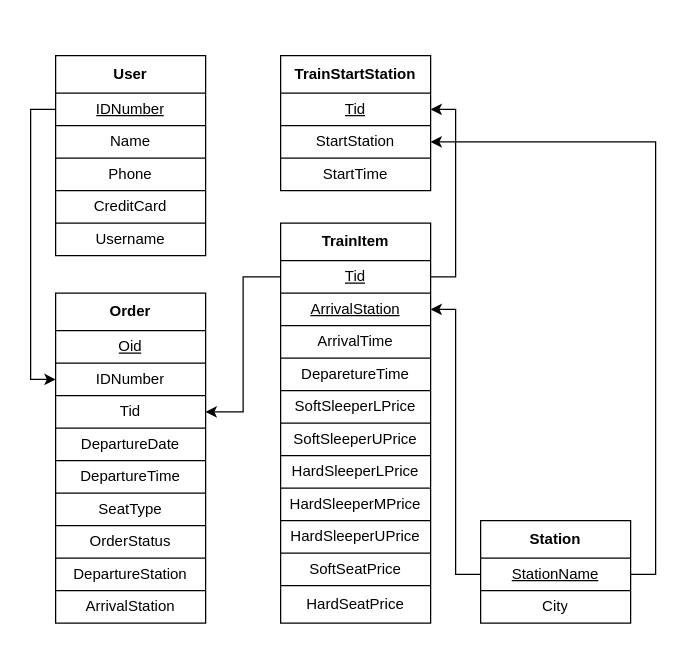
Before: design/readme.assets/schema.drawio in KevinGeejo/Railway-Booking-System, a draw.io diagram. Source tidied: cells renumbered, new cells numbered last; positions are measured from the earlier drawing's top-left corner, leaving out a move shared by most shapes. Both pictures are drawn from the tidied source at 125%, with x=0, y=0 at pixel (55, 55).
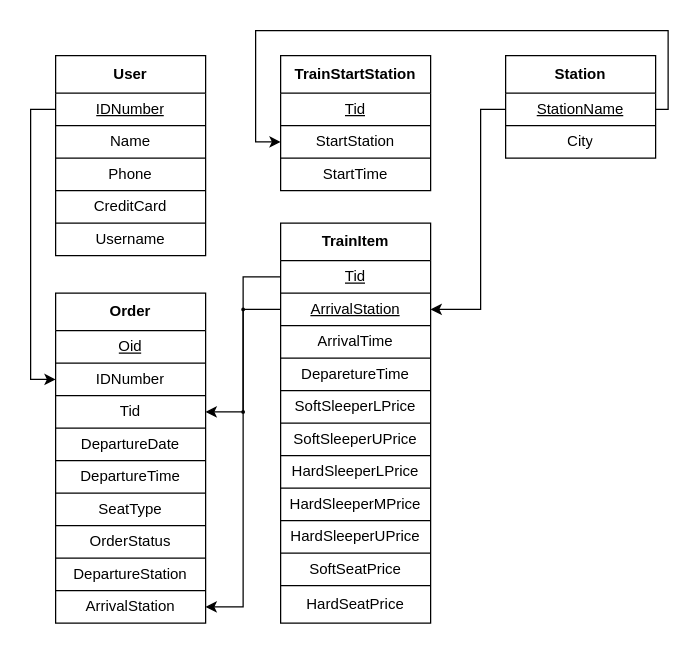
The same diagram, later.

Commit message (it also covers changes not shown here):
Backend: update create_table sequence by @FuWenyi and @chuan-325

The change refers to these unchanged cells:
```xml
<mxCell id="18" style="shape=partialRectangle;html=1;whiteSpace=wrap;fillColor=none;top=0;left=0;bottom=0;right=0;points=[[0,0.5],[1,0.5]];portConstraint=eastwest;" parent="13" vertex="1">
  <mxGeometry y="82" width="120" height="26" as="geometry" />
</mxCell>
<mxCell id="30" style="shape=partialRectangle;html=1;whiteSpace=wrap;fillColor=none;top=0;left=0;bottom=0;right=0;points=[[0,0.5],[1,0.5]];portConstraint=eastwest;" parent="13" vertex="1">
  <mxGeometry y="238" width="120" height="26" as="geometry" />
</mxCell>
<mxCell id="33" style="shape=partialRectangle;html=1;whiteSpace=wrap;fillColor=none;top=0;left=0;bottom=0;right=0;points=[[0,0.5],[1,0.5]];portConstraint=eastwest;" parent="32" vertex="1">
  <mxGeometry y="30" width="120" height="26" as="geometry" />
</mxCell>
<mxCell id="35" style="shape=partialRectangle;html=1;whiteSpace=wrap;fillColor=none;top=0;left=0;bottom=0;right=0;points=[[0,0.5],[1,0.5]];portConstraint=eastwest;" parent="32" vertex="1">
  <mxGeometry y="56" width="120" height="26" as="geometry" />
</mxCell>
<mxCell id="40" style="shape=partialRectangle;html=1;whiteSpace=wrap;fillColor=none;top=0;left=0;bottom=0;right=0;points=[[0,0.5],[1,0.5]];portConstraint=eastwest;" parent="39" vertex="1">
  <mxGeometry y="30" width="120" height="26" as="geometry" />
</mxCell>
<mxCell id="42" style="shape=partialRectangle;html=1;whiteSpace=wrap;fillColor=none;top=0;left=0;bottom=0;right=0;points=[[0,0.5],[1,0.5]];portConstraint=eastwest;" parent="39" vertex="1">
  <mxGeometry y="56" width="120" height="26" as="geometry" />
</mxCell>
<mxCell id="63" style="shape=partialRectangle;html=1;whiteSpace=wrap;fillColor=none;top=0;left=0;bottom=0;right=0;points=[[0,0.5],[1,0.5]];portConstraint=eastwest;" parent="62" vertex="1">
  <mxGeometry y="30" width="120" height="26" as="geometry" />
</mxCell>
```

Diff of the diagram source:
```diff
@@
     <mxCell id="62" value="Station" style="shape=table;html=1;whiteSpace=wrap;startSize=30;childLayout=tableLayout;fontStyle=1;align=center;" parent="1" vertex="1">
-      <mxGeometry x="340" y="372" width="120" height="82" as="geometry" />
+      <mxGeometry x="360" width="120" height="82" as="geometry" />
     </mxCell>
@@
-    <mxCell id="67" style="edgeStyle=orthogonalEdgeStyle;rounded=0;jettySize=auto;html=1;exitX=1;exitY=0.5;exitDx=0;exitDy=0;entryX=1;entryY=0.5;entryDx=0;entryDy=0;" parent="1" edge="1" source="40" target="33">
-      <mxGeometry relative="1" as="geometry" />
-    </mxCell>
-    <mxCell id="68" style="edgeStyle=orthogonalEdgeStyle;rounded=0;jettySize=auto;html=1;exitX=0;exitY=0.5;exitDx=0;exitDy=0;entryX=1;entryY=0.5;entryDx=0;entryDy=0;" parent="1" edge="1" source="40" target="18">
-      <mxGeometry relative="1" as="geometry" />
-    </mxCell>
@@
     <mxCell id="70" style="edgeStyle=orthogonalEdgeStyle;rounded=0;jettySize=auto;html=1;exitX=0;exitY=0.5;exitDx=0;exitDy=0;entryX=1;entryY=0.5;entryDx=0;entryDy=0;" parent="1" edge="1" source="63" target="42">
-      <mxGeometry relative="1" as="geometry" />
+      <mxGeometry relative="1" as="geometry">
+        <Array as="points">
+          <mxPoint x="340" y="43" />
+          <mxPoint x="340" y="203" />
+        </Array>
+      </mxGeometry>
     </mxCell>
-    <mxCell id="71" style="edgeStyle=orthogonalEdgeStyle;rounded=0;jettySize=auto;html=1;exitX=1;exitY=0.5;exitDx=0;exitDy=0;entryX=1;entryY=0.5;entryDx=0;entryDy=0;" parent="1" edge="1" source="63" target="35">
+    <mxCell id="71" style="edgeStyle=orthogonalEdgeStyle;rounded=0;jettySize=auto;html=1;exitX=1;exitY=0.5;exitDx=0;exitDy=0;entryX=0;entryY=0.5;entryDx=0;entryDy=0;" parent="1" edge="1" source="63" target="35">
       <mxGeometry relative="1" as="geometry">
         <Array as="points">
-          <mxPoint x="480" y="415" />
-          <mxPoint x="480" y="69" />
+          <mxPoint x="490" y="43" />
+          <mxPoint x="490" y="-20" />
+          <mxPoint x="160" y="-20" />
+          <mxPoint x="160" y="69" />
         </Array>
       </mxGeometry>
     </mxCell>
+    <mxCell id="68" style="edgeStyle=orthogonalEdgeStyle;rounded=0;jettySize=auto;html=1;exitX=0;exitY=0.5;exitDx=0;exitDy=0;entryX=1;entryY=0.5;entryDx=0;entryDy=0;" parent="1" edge="1" source="40" target="18">
+      <mxGeometry relative="1" as="geometry" />
+    </mxCell>
+    <mxCell id="72" style="edgeStyle=orthogonalEdgeStyle;rounded=0;jettySize=auto;html=1;exitX=0;exitY=0.5;exitDx=0;exitDy=0;entryX=1;entryY=0.5;entryDx=0;entryDy=0;" parent="1" edge="1" source="42" target="30">
+      <mxGeometry relative="1" as="geometry" />
+    </mxCell>
+    <mxCell id="73" style="ellipse;whiteSpace=wrap;html=1;fillColor=#000000;" parent="1" vertex="1">
+      <mxGeometry x="149" y="202" width="2" height="2" as="geometry" />
+    </mxCell>
+    <mxCell id="74" style="ellipse;whiteSpace=wrap;html=1;fillColor=#000000;" parent="1" vertex="1">
+      <mxGeometry x="149" y="284" width="2" height="2" as="geometry" />
+    </mxCell>
```
